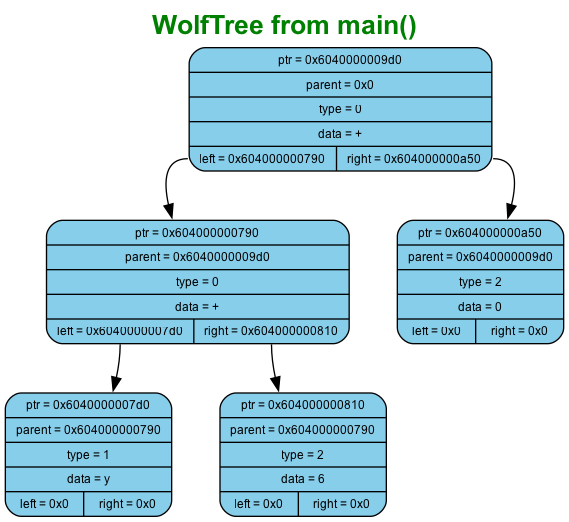
This is WOLFRAM_SIGMA/ReportFiles/graphs/graph1/wolf.dot.png from murugov/WolframSigma, a Graphviz export, as it was before one commit. Its source is kept beside it as WOLFRAM_SIGMA/ReportFiles/graphs/graph1/wolf.dot.
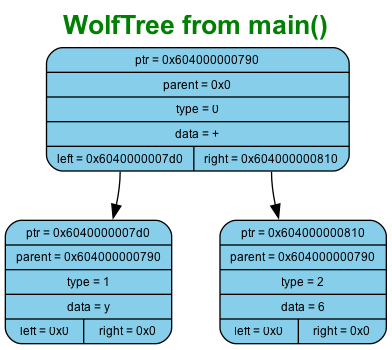
After the change.

What changed in the source:
```diff
@@ -11,13 +11,9 @@
 	ranksep=0.5;
 	node[fontsize=9, shape=box, width=0.7, height=0.4, style="filled, rounded", fontname="Arial"];
 
-	n0 [shape=record, label="{ptr = 0x6040000009d0 | parent = 0x0 | type = 0 | data = + | {<left> left = 0x604000000790 | <right> right = 0x604000000a50}}", fillcolor="#87CEEB", color="black"]
-	n1 [shape=record, label="{ptr = 0x604000000790 | parent = 0x6040000009d0 | type = 0 | data = + | {<left> left = 0x6040000007d0 | <right> right = 0x604000000810}}", fillcolor="#87CEEB", color="black"]
+	n0 [shape=record, label="{ptr = 0x604000000790 | parent = 0x0 | type = 0 | data = + | {<left> left = 0x6040000007d0 | <right> right = 0x604000000810}}", fillcolor="#87CEEB", color="black"]
+	n1 [shape=record, label="{ptr = 0x6040000007d0 | parent = 0x604000000790 | type = 1 | data = y | {<left> left = 0x0 | <right> right = 0x0}}", fillcolor="#87CEEB", color="black"]
 	n0:left -> n1
-	n2 [shape=record, label="{ptr = 0x604000000a50 | parent = 0x6040000009d0 | type = 2 | data = 0 | {<left> left = 0x0 | <right> right = 0x0}}", fillcolor="#87CEEB", color="black"]
+	n2 [shape=record, label="{ptr = 0x604000000810 | parent = 0x604000000790 | type = 2 | data = 6 | {<left> left = 0x0 | <right> right = 0x0}}", fillcolor="#87CEEB", color="black"]
 	n0:right -> n2
-	n3 [shape=record, label="{ptr = 0x6040000007d0 | parent = 0x604000000790 | type = 1 | data = y | {<left> left = 0x0 | <right> right = 0x0}}", fillcolor="#87CEEB", color="black"]
-	n1:left -> n3
-	n4 [shape=record, label="{ptr = 0x604000000810 | parent = 0x604000000790 | type = 2 | data = 6 | {<left> left = 0x0 | <right> right = 0x0}}", fillcolor="#87CEEB", color="black"]
-	n1:right -> n4
 }
```
